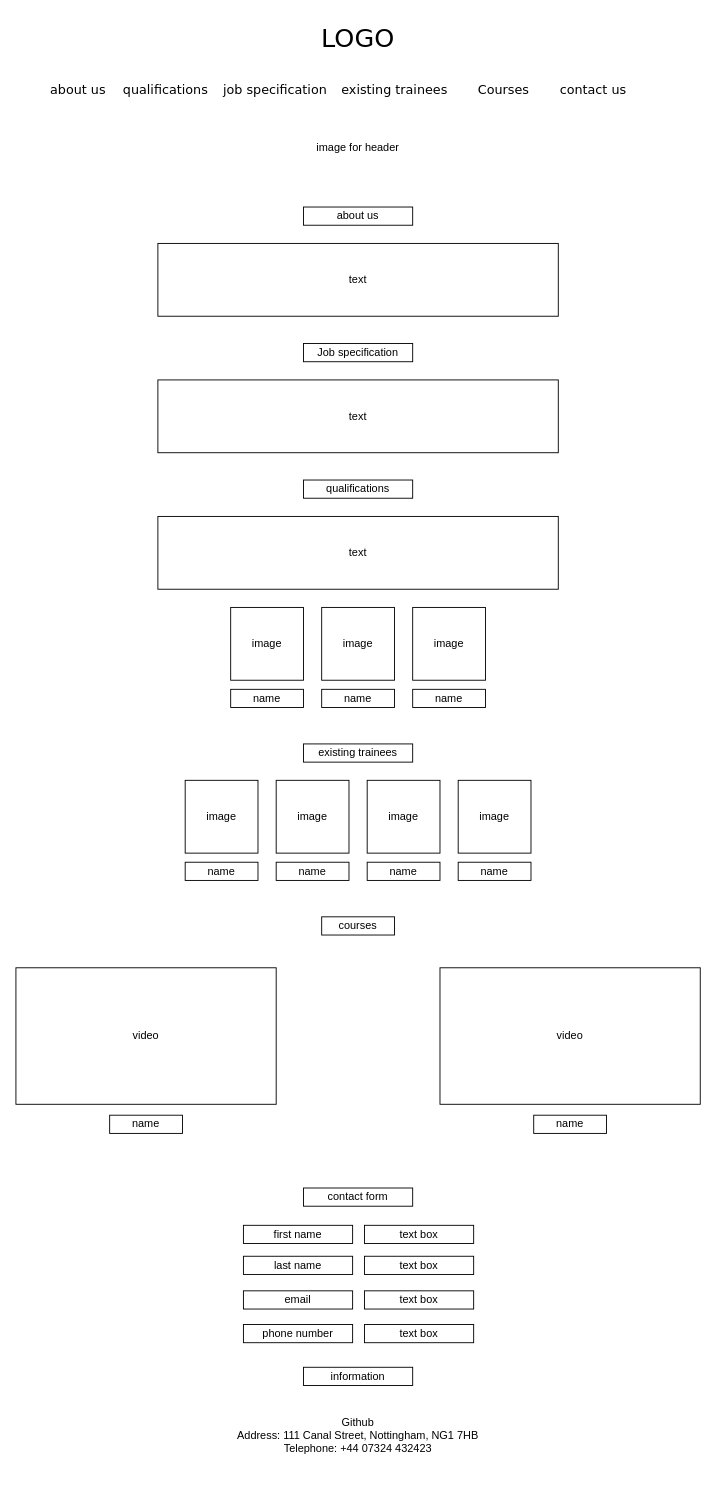
Above: hot_beans_web.drawio in sardinoo/hot-beans-web (draw.io), before the change. Source tidied: cells renumbered, new cells numbered last; positions are measured from the earlier drawing's top-left corner, leaving out a move shared by most shapes. Both pictures are drawn from the tidied source at 91%, with x=0, y=0 at pixel (15, 15).
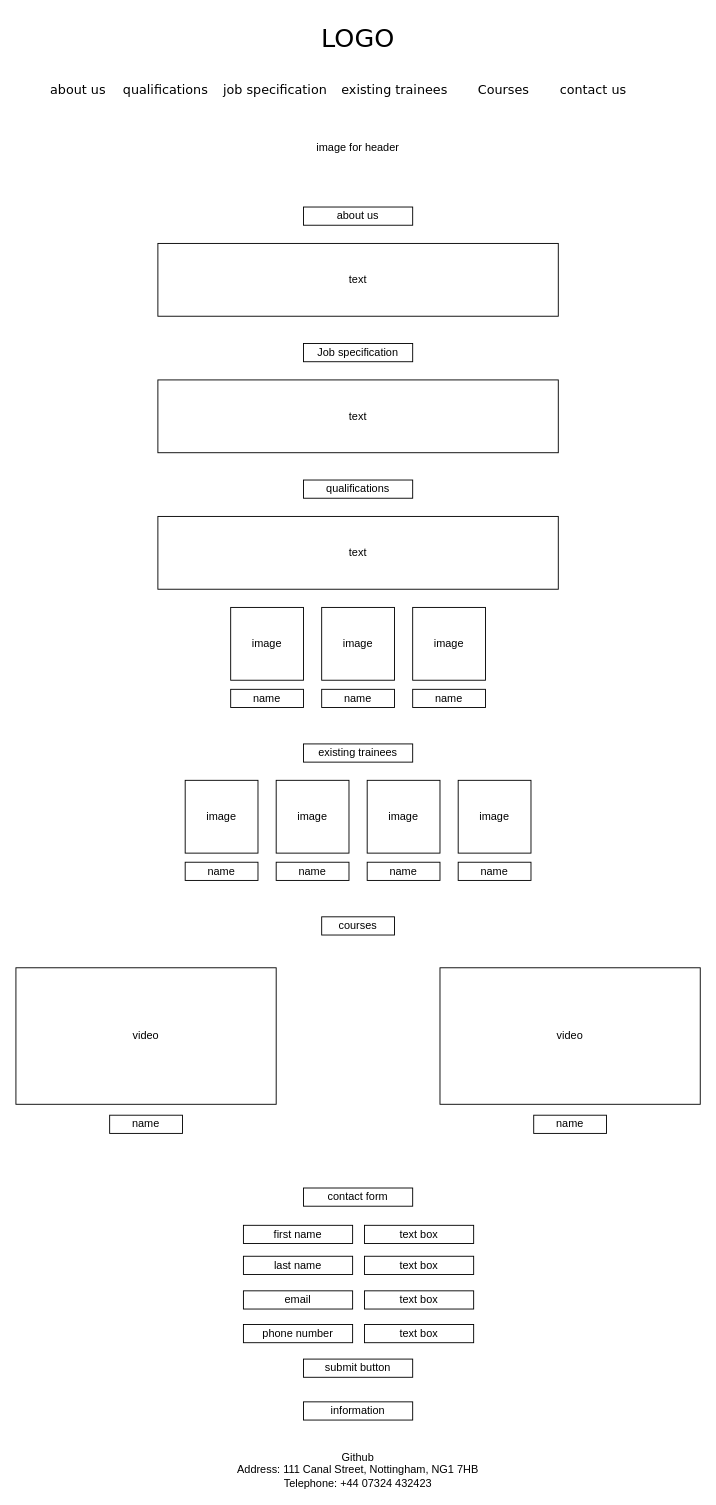
The same page after the edit.

What changed in the source:
```diff
@@
     <mxCell id="25" value="information" style="rounded=0;whiteSpace=wrap;html=1;fillColor=none;" parent="1" vertex="1">
-      <mxGeometry x="316" y="1485" width="120" height="20" as="geometry" />
+      <mxGeometry x="316" y="1523" width="120" height="20" as="geometry" />
     </mxCell>
     <mxCell id="26" value="&lt;div&gt;Github&lt;/div&gt;&lt;div&gt;Address: 111 Canal Street, Nottingham, NG1 7HB&lt;/div&gt;&lt;div&gt;Telephone: +44 07324 432423&lt;/div&gt;" style="text;html=1;strokeColor=none;fillColor=none;align=center;verticalAlign=middle;whiteSpace=wrap;rounded=0;" parent="1" vertex="1">
-      <mxGeometry x="221" y="1545" width="310" height="30" as="geometry" />
+      <mxGeometry x="221" y="1583" width="310" height="30" as="geometry" />
     </mxCell>
@@
+    <mxCell id="47" value="submit button" style="rounded=0;whiteSpace=wrap;html=1;fillColor=none;" parent="1" vertex="1">
+      <mxGeometry x="316" y="1476" width="120" height="20" as="geometry" />
+    </mxCell>
```
